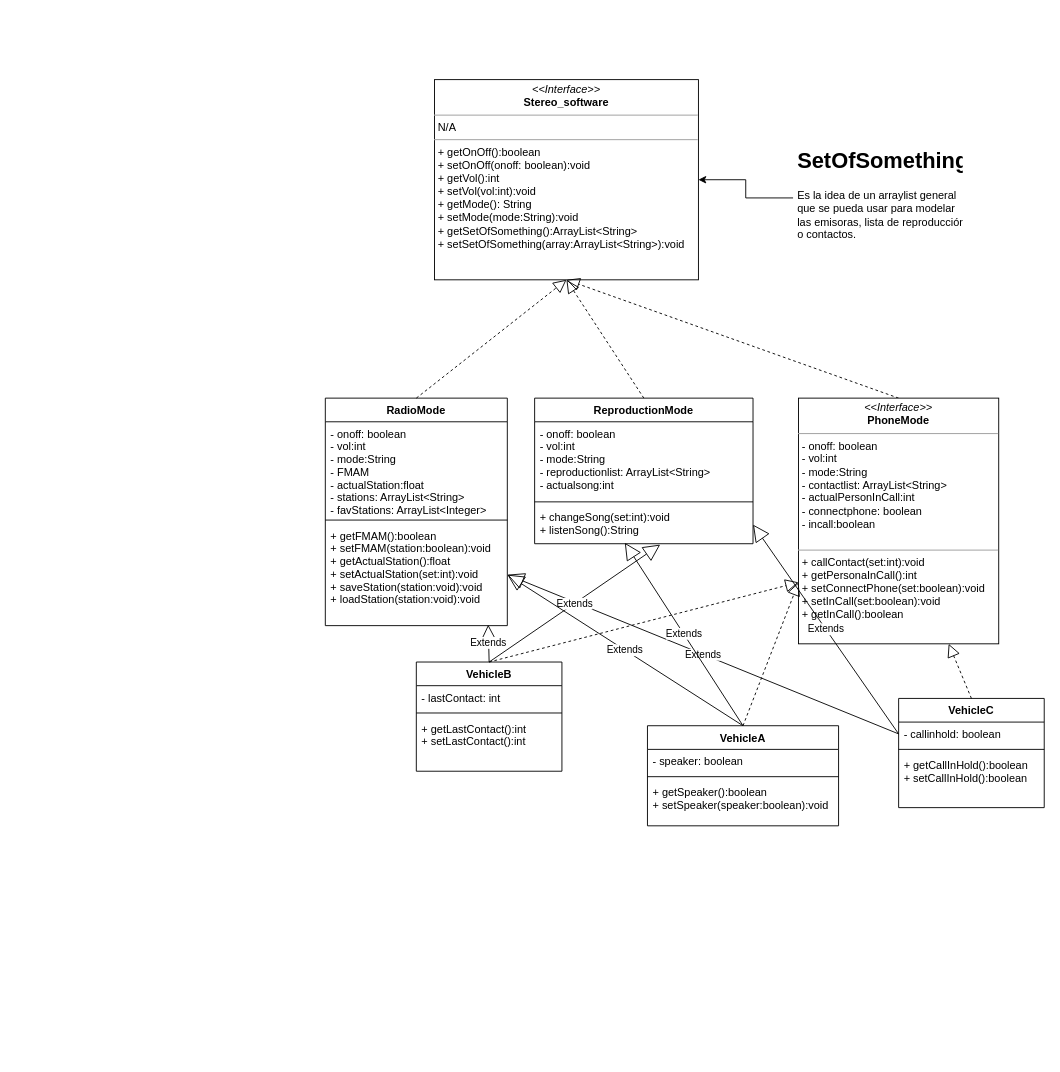
This is Others/Lab4UMLPOO.drawio from DiggsPapu/Lab4POO, a draw.io file, before an edit. Source tidied: cells renumbered, new cells numbered last; positions are measured from the earlier drawing's top-left corner, leaving out a move shared by most shapes. Both pictures are drawn from the tidied source at 91%, with x=0, y=0 at pixel (325, 79).
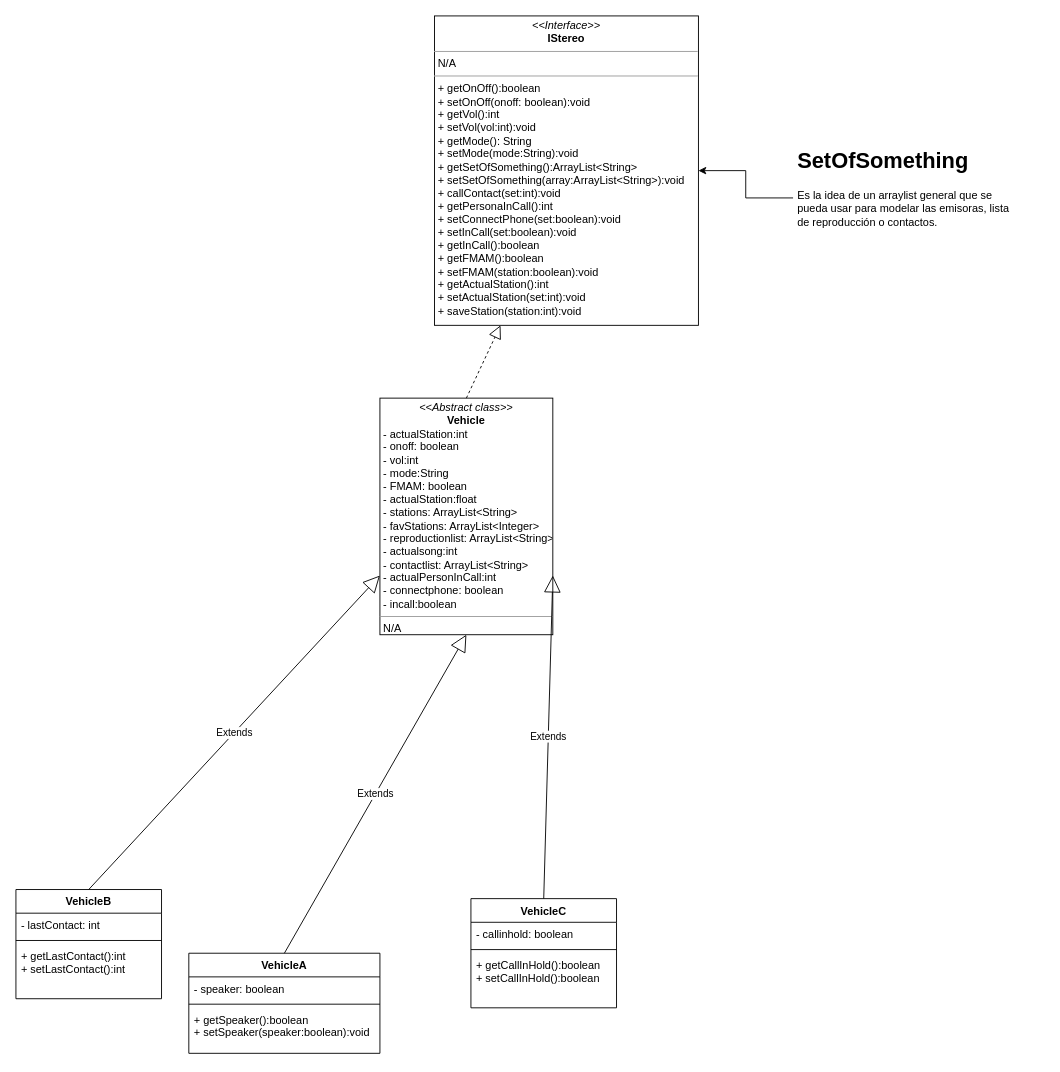
Above is the later version.

The change refers to these unchanged cells:
```xml
<mxCell id="26" value="- callinhold: boolean" style="text;strokeColor=none;fillColor=none;align=left;verticalAlign=top;spacingLeft=4;spacingRight=4;overflow=hidden;points=[[0,0.5],[1,0.5]];portConstraint=eastwest;" parent="25" vertex="1">
  <mxGeometry y="26" width="160" height="26" as="geometry" />
</mxCell>
```

What changed in the source:
```diff
@@
-    <mxCell id="2" value="&lt;p style=&quot;margin:0px;margin-top:4px;text-align:center;&quot;&gt;&lt;i&gt;&amp;lt;&amp;lt;Interface&amp;gt;&amp;gt;&lt;/i&gt;&lt;br&gt;&lt;b&gt;Stereo_software&lt;/b&gt;&lt;/p&gt;&lt;hr size=&quot;1&quot;&gt;&lt;p style=&quot;margin:0px;margin-left:4px;&quot;&gt;N/A&lt;/p&gt;&lt;hr size=&quot;1&quot;&gt;&lt;p style=&quot;margin:0px;margin-left:4px;&quot;&gt;+ getOnOff():boolean&lt;/p&gt;&lt;p style=&quot;margin:0px;margin-left:4px;&quot;&gt;+ setOnOff(onoff: boolean):void&lt;/p&gt;&lt;p style=&quot;margin:0px;margin-left:4px;&quot;&gt;+ getVol():int&lt;/p&gt;&lt;p style=&quot;margin:0px;margin-left:4px;&quot;&gt;+ setVol(vol:int):void&lt;/p&gt;&lt;p style=&quot;margin:0px;margin-left:4px;&quot;&gt;+ getMode(): String&lt;br style=&quot;padding: 0px; margin: 0px;&quot;&gt;+ setMode(mode:String):void&lt;br&gt;&lt;/p&gt;&lt;p style=&quot;margin:0px;margin-left:4px;&quot;&gt;+ getSetOfSomething():ArrayList&amp;lt;String&amp;gt;&lt;/p&gt;&lt;p style=&quot;margin:0px;margin-left:4px;&quot;&gt;+ setSetOfSomething(array:ArrayList&amp;lt;String&amp;gt;):void&lt;/p&gt;" style="verticalAlign=top;align=left;overflow=fill;fontSize=12;fontFamily=Helvetica;html=1;" parent="1" vertex="1">
-      <mxGeometry x="120" width="290" height="220" as="geometry" />
+    <mxCell id="2" value="&lt;p style=&quot;margin:0px;margin-top:4px;text-align:center;&quot;&gt;&lt;i&gt;&amp;lt;&amp;lt;Interface&amp;gt;&amp;gt;&lt;/i&gt;&lt;br&gt;&lt;b&gt;IStereo&lt;/b&gt;&lt;/p&gt;&lt;hr size=&quot;1&quot;&gt;&lt;p style=&quot;margin:0px;margin-left:4px;&quot;&gt;N/A&lt;/p&gt;&lt;hr size=&quot;1&quot;&gt;&lt;p style=&quot;margin:0px;margin-left:4px;&quot;&gt;+ getOnOff():boolean&lt;/p&gt;&lt;p style=&quot;margin:0px;margin-left:4px;&quot;&gt;+ setOnOff(onoff: boolean):void&lt;/p&gt;&lt;p style=&quot;margin:0px;margin-left:4px;&quot;&gt;+ getVol():int&lt;/p&gt;&lt;p style=&quot;margin:0px;margin-left:4px;&quot;&gt;+ setVol(vol:int):void&lt;/p&gt;&lt;p style=&quot;margin:0px;margin-left:4px;&quot;&gt;+ getMode(): String&lt;br style=&quot;padding: 0px; margin: 0px;&quot;&gt;+ setMode(mode:String):void&lt;br&gt;&lt;/p&gt;&lt;p style=&quot;margin:0px;margin-left:4px;&quot;&gt;+ getSetOfSomething():ArrayList&amp;lt;String&amp;gt;&lt;/p&gt;&lt;p style=&quot;margin:0px;margin-left:4px;&quot;&gt;+ setSetOfSomething(array:ArrayList&amp;lt;String&amp;gt;):void&lt;/p&gt;&lt;p style=&quot;margin:0px;margin-left:4px;&quot;&gt;+ callContact(set:int):void&lt;br style=&quot;padding: 0px; margin: 0px;&quot;&gt;+ getPersonaInCall():int&lt;br style=&quot;padding: 0px; margin: 0px;&quot;&gt;+ setConnectPhone(set:boolean):void&lt;br style=&quot;padding: 0px; margin: 0px;&quot;&gt;+ setInCall(set:boolean):void&lt;br style=&quot;padding: 0px; margin: 0px;&quot;&gt;+ getInCall():boolean&lt;br&gt;&lt;/p&gt;&lt;p style=&quot;margin:0px;margin-left:4px;&quot;&gt;+ getFMAM():boolean&lt;br style=&quot;padding: 0px; margin: 0px;&quot;&gt;+ setFMAM(station:boolean):void&lt;br style=&quot;padding: 0px; margin: 0px;&quot;&gt;+ getActualStation():int&lt;br style=&quot;padding: 0px; margin: 0px;&quot;&gt;+ setActualStation(set:int):void&lt;br style=&quot;padding: 0px; margin: 0px;&quot;&gt;+ saveStation(station:int):void&lt;br&gt;&lt;/p&gt;" style="verticalAlign=top;align=left;overflow=fill;fontSize=12;fontFamily=Helvetica;html=1;" parent="1" vertex="1">
+      <mxGeometry x="120" y="-70" width="290" height="340" as="geometry" />
     </mxCell>
-    <mxCell id="3" value="RadioMode" style="swimlane;fontStyle=1;align=center;verticalAlign=top;horizontal=1;startSize=26;" parent="1" vertex="1">
-      <mxGeometry y="350" width="200" height="250" as="geometry" />
-    </mxCell>
-    <mxCell id="4" value="- onoff: boolean&#10;- vol:int&#10;- mode:String&#10;- FMAM&#10;- actualStation:float&#10;- stations: ArrayList&lt;String&gt;&#10;- favStations: ArrayList&lt;Integer&gt;" style="text;strokeColor=none;fillColor=none;align=left;verticalAlign=top;spacingLeft=4;spacingRight=4;overflow=hidden;" parent="3" vertex="1">
-      <mxGeometry y="26" width="200" height="104" as="geometry" />
-    </mxCell>
-    <mxCell id="5" style="line;strokeWidth=1;fillColor=none;align=left;verticalAlign=middle;spacingTop=-1;spacingLeft=3;spacingRight=3;labelPosition=right;strokeColor=inherit;" parent="3" vertex="1">
-      <mxGeometry y="130" width="200" height="8" as="geometry" />
-    </mxCell>
-    <mxCell id="6" value="+ getFMAM():boolean&#10;+ setFMAM(station:boolean):void&#10;+ getActualStation():float&#10;+ setActualStation(set:int):void&#10;+ saveStation(station:void):void&#10;+ loadStation(station:void):void&#10;" style="text;strokeColor=none;fillColor=none;align=left;verticalAlign=top;spacingLeft=4;spacingRight=4;overflow=hidden;points=[[0,0.5],[1,0.5]];portConstraint=eastwest;" parent="3" vertex="1">
-      <mxGeometry y="138" width="200" height="112" as="geometry" />
-    </mxCell>
-    <mxCell id="7" value="ReproductionMode" style="swimlane;fontStyle=1;align=center;verticalAlign=top;horizontal=1;startSize=26;" parent="1" vertex="1">
-      <mxGeometry x="230" y="350" width="240" height="160" as="geometry" />
-    </mxCell>
-    <mxCell id="8" value="- onoff: boolean&#10;- vol:int&#10;- mode:String&#10;- reproductionlist: ArrayList&lt;String&gt;&#10;- actualsong:int" style="text;strokeColor=none;fillColor=none;align=left;verticalAlign=top;spacingLeft=4;spacingRight=4;overflow=hidden;" parent="7" vertex="1">
-      <mxGeometry y="26" width="240" height="84" as="geometry" />
-    </mxCell>
-    <mxCell id="9" style="line;strokeWidth=1;fillColor=none;align=left;verticalAlign=middle;spacingTop=-1;spacingLeft=3;spacingRight=3;labelPosition=right;strokeColor=inherit;" parent="7" vertex="1">
-      <mxGeometry y="110" width="240" height="8" as="geometry" />
-    </mxCell>
-    <mxCell id="10" value="+ changeSong(set:int):void&#10;+ listenSong():String" style="text;strokeColor=none;fillColor=none;align=left;verticalAlign=top;spacingLeft=4;spacingRight=4;overflow=hidden;points=[[0,0.5],[1,0.5]];portConstraint=eastwest;" parent="7" vertex="1">
-      <mxGeometry y="118" width="240" height="42" as="geometry" />
-    </mxCell>
@@
     <mxCell id="12" value="&lt;h1&gt;SetOfSomething&lt;/h1&gt;&lt;p&gt;Es la idea de un arraylist general que se pueda usar para modelar las emisoras, lista de reproducción o contactos.&lt;/p&gt;" style="text;html=1;strokeColor=none;fillColor=none;spacing=5;spacingTop=-20;whiteSpace=wrap;overflow=hidden;rounded=0;" parent="1" vertex="1">
-      <mxGeometry x="514" y="70" width="190" height="120" as="geometry" />
+      <mxGeometry x="514" y="70" width="246" height="120" as="geometry" />
     </mxCell>
-    <mxCell id="13" style="endArrow=block;dashed=1;endFill=0;endSize=12;html=1;rounded=0;entryX=0.5;entryY=1;entryDx=0;entryDy=0;exitX=0.5;exitY=0;exitDx=0;exitDy=0;" parent="1" edge="1" source="3" target="2">
-      <mxGeometry relative="1" as="geometry" />
-    </mxCell>
-    <mxCell id="14" style="endArrow=block;dashed=1;endFill=0;endSize=12;html=1;rounded=0;entryX=0.5;entryY=1;entryDx=0;entryDy=0;exitX=0.5;exitY=0;exitDx=0;exitDy=0;" parent="1" edge="1" source="7" target="2">
-      <mxGeometry relative="1" as="geometry" />
-    </mxCell>
-    <mxCell id="15" style="endArrow=block;dashed=1;endFill=0;endSize=12;html=1;rounded=0;entryX=0.5;entryY=1;entryDx=0;entryDy=0;exitX=0.5;exitY=0;exitDx=0;exitDy=0;" parent="1" edge="1" source="16" target="2">
-      <mxGeometry relative="1" as="geometry" />
-    </mxCell>
-    <mxCell id="16" value="&lt;p style=&quot;margin:0px;margin-top:4px;text-align:center;&quot;&gt;&lt;i&gt;&amp;lt;&amp;lt;Interface&amp;gt;&amp;gt;&lt;/i&gt;&lt;br&gt;&lt;b&gt;PhoneMode&lt;/b&gt;&lt;/p&gt;&lt;hr size=&quot;1&quot;&gt;&lt;p style=&quot;margin:0px;margin-left:4px;&quot;&gt;- onoff: boolean&lt;br style=&quot;padding: 0px; margin: 0px;&quot;&gt;- vol:int&lt;br style=&quot;padding: 0px; margin: 0px;&quot;&gt;- mode:String&lt;br style=&quot;padding: 0px; margin: 0px;&quot;&gt;- contactlist: ArrayList&amp;lt;String&amp;gt;&lt;br style=&quot;padding: 0px; margin: 0px;&quot;&gt;- actualPersonInCall:int&lt;br style=&quot;padding: 0px; margin: 0px;&quot;&gt;- connectphone: boolean&lt;br style=&quot;padding: 0px; margin: 0px;&quot;&gt;- incall:boolean&lt;/p&gt;&lt;div style=&quot;padding: 0px; margin: 0px;&quot;&gt;&lt;br style=&quot;padding: 0px; margin: 0px;&quot;&gt;&lt;/div&gt;&lt;hr size=&quot;1&quot;&gt;&lt;p style=&quot;margin:0px;margin-left:4px;&quot;&gt;+ callContact(set:int):void&lt;br style=&quot;padding: 0px; margin: 0px;&quot;&gt;+ getPersonaInCall():int&lt;br style=&quot;padding: 0px; margin: 0px;&quot;&gt;+ setConnectPhone(set:boolean):void&lt;br style=&quot;padding: 0px; margin: 0px;&quot;&gt;+ setInCall(set:boolean):void&lt;br style=&quot;padding: 0px; margin: 0px;&quot;&gt;+ getInCall():boolean&lt;br&gt;&lt;/p&gt;" style="verticalAlign=top;align=left;overflow=fill;fontSize=12;fontFamily=Helvetica;html=1;" parent="1" vertex="1">
-      <mxGeometry x="520" y="350" width="220" height="270" as="geometry" />
-    </mxCell>
     <mxCell id="17" value="VehicleA" style="swimlane;fontStyle=1;align=center;verticalAlign=top;horizontal=1;startSize=26;" parent="1" vertex="1">
-      <mxGeometry x="354" y="710" width="210" height="110" as="geometry" />
+      <mxGeometry x="-150" y="960" width="210" height="110" as="geometry" />
     </mxCell>
@@
     <mxCell id="21" value="VehicleB" style="swimlane;fontStyle=1;align=center;verticalAlign=top;horizontal=1;startSize=26;" parent="1" vertex="1">
-      <mxGeometry x="100" y="640" width="160" height="120" as="geometry" />
+      <mxGeometry x="-340" y="890" width="160" height="120" as="geometry" />
     </mxCell>
@@
     <mxCell id="25" value="VehicleC" style="swimlane;fontStyle=1;align=center;verticalAlign=top;horizontal=1;startSize=26;" parent="1" vertex="1">
-      <mxGeometry x="630" y="680" width="160" height="120" as="geometry" />
+      <mxGeometry x="160" y="900" width="160" height="120" as="geometry" />
     </mxCell>
@@
-    <mxCell id="29" style="endArrow=block;dashed=1;endFill=0;endSize=12;html=1;rounded=0;entryX=0.75;entryY=1;entryDx=0;entryDy=0;exitX=0.5;exitY=0;exitDx=0;exitDy=0;" parent="1" edge="1" source="25" target="16">
-      <mxGeometry relative="1" as="geometry" />
-    </mxCell>
-    <mxCell id="30" value="Extends" style="endArrow=block;endSize=16;endFill=0;html=1;rounded=0;entryX=1;entryY=0.5;entryDx=0;entryDy=0;exitX=0;exitY=0.5;exitDx=0;exitDy=0;" parent="1" edge="1" source="26" target="10">
-      <mxGeometry relative="1" as="geometry" />
-    </mxCell>
-    <mxCell id="31" value="Extends" style="endArrow=block;endSize=16;endFill=0;html=1;rounded=0;entryX=1;entryY=0.5;entryDx=0;entryDy=0;exitX=0;exitY=0.5;exitDx=0;exitDy=0;" parent="1" edge="1" source="26" target="6">
-      <mxGeometry relative="1" as="geometry" />
-    </mxCell>
-    <mxCell id="32" value="Extends" style="endArrow=block;endSize=16;endFill=0;html=1;rounded=0;entryX=0.575;entryY=1.024;entryDx=0;entryDy=0;exitX=0.5;exitY=0;exitDx=0;exitDy=0;entryPerimeter=0;" parent="1" edge="1" source="21" target="10">
-      <mxGeometry relative="1" as="geometry" />
-    </mxCell>
-    <mxCell id="33" value="Extends" style="endArrow=block;endSize=16;endFill=0;html=1;rounded=0;entryX=0.895;entryY=0.991;entryDx=0;entryDy=0;entryPerimeter=0;" parent="1" edge="1" target="6">
-      <mxGeometry relative="1" as="geometry">
-        <mxPoint x="180" y="640" as="sourcePoint" />
-      </mxGeometry>
-    </mxCell>
-    <mxCell id="34" style="endArrow=block;dashed=1;endFill=0;endSize=12;html=1;rounded=0;entryX=0;entryY=0.75;entryDx=0;entryDy=0;exitX=0.5;exitY=0;exitDx=0;exitDy=0;" parent="1" edge="1" source="21" target="16">
-      <mxGeometry relative="1" as="geometry" />
-    </mxCell>
-    <mxCell id="35" value="Extends" style="endArrow=block;endSize=16;endFill=0;html=1;rounded=0;entryX=0.413;entryY=0.976;entryDx=0;entryDy=0;exitX=0.5;exitY=0;exitDx=0;exitDy=0;entryPerimeter=0;" parent="1" edge="1" source="17" target="10">
-      <mxGeometry relative="1" as="geometry" />
-    </mxCell>
-    <mxCell id="36" value="Extends" style="endArrow=block;endSize=16;endFill=0;html=1;rounded=0;entryX=1;entryY=0.5;entryDx=0;entryDy=0;exitX=0.5;exitY=0;exitDx=0;exitDy=0;" parent="1" edge="1" source="17" target="6">
-      <mxGeometry relative="1" as="geometry" />
-    </mxCell>
-    <mxCell id="37" style="endArrow=block;dashed=1;endFill=0;endSize=12;html=1;rounded=0;entryX=0;entryY=0.75;entryDx=0;entryDy=0;exitX=0.5;exitY=0;exitDx=0;exitDy=0;" parent="1" edge="1" source="17" target="16">
-      <mxGeometry relative="1" as="geometry" />
-    </mxCell>
+    <mxCell id="38" value="&lt;p style=&quot;margin:0px;margin-top:4px;text-align:center;&quot;&gt;&lt;i&gt;&amp;lt;&amp;lt;Abstract class&amp;gt;&amp;gt;&lt;/i&gt;&lt;br&gt;&lt;b&gt;Vehicle&lt;/b&gt;&lt;/p&gt;&lt;p style=&quot;margin:0px;margin-left:4px;&quot;&gt;- actualStation:int&lt;/p&gt;&lt;p style=&quot;margin:0px;margin-left:4px;&quot;&gt;- onoff: boolean&lt;br style=&quot;padding: 0px; margin: 0px;&quot;&gt;- vol:int&lt;br style=&quot;padding: 0px; margin: 0px;&quot;&gt;- mode:String&lt;br&gt;&lt;/p&gt;&lt;p style=&quot;margin:0px;margin-left:4px;&quot;&gt;- FMAM: boolean&lt;br style=&quot;padding: 0px; margin: 0px;&quot;&gt;- actualStation:float&lt;br style=&quot;padding: 0px; margin: 0px;&quot;&gt;- stations: ArrayList&amp;lt;String&amp;gt;&lt;br style=&quot;padding: 0px; margin: 0px;&quot;&gt;- favStations: ArrayList&amp;lt;Integer&amp;gt;&lt;/p&gt;&lt;p style=&quot;margin:0px;margin-left:4px;&quot;&gt;- reproductionlist: ArrayList&amp;lt;String&amp;gt;&lt;br style=&quot;padding: 0px; margin: 0px;&quot;&gt;- actualsong:int&lt;/p&gt;&lt;p style=&quot;margin:0px;margin-left:4px;&quot;&gt;- contactlist: ArrayList&amp;lt;String&amp;gt;&lt;br style=&quot;padding: 0px; margin: 0px;&quot;&gt;- actualPersonInCall:int&lt;br style=&quot;padding: 0px; margin: 0px;&quot;&gt;- connectphone: boolean&lt;br style=&quot;padding: 0px; margin: 0px;&quot;&gt;- incall:boolean&lt;br&gt;&lt;/p&gt;&lt;hr size=&quot;1&quot;&gt;&lt;p style=&quot;margin:0px;margin-left:4px;&quot;&gt;N/A&lt;/p&gt;" style="verticalAlign=top;align=left;overflow=fill;fontSize=12;fontFamily=Helvetica;html=1;" parent="1" vertex="1">
+      <mxGeometry x="60" y="350" width="190" height="260" as="geometry" />
+    </mxCell>
+    <mxCell id="39" style="endArrow=block;dashed=1;endFill=0;endSize=12;html=1;rounded=0;entryX=0.25;entryY=1;entryDx=0;entryDy=0;exitX=0.5;exitY=0;exitDx=0;exitDy=0;" parent="1" edge="1" source="38" target="2">
+      <mxGeometry relative="1" as="geometry" />
+    </mxCell>
+    <mxCell id="40" value="Extends" style="endArrow=block;endSize=16;endFill=0;html=1;rounded=0;entryX=0;entryY=0.75;entryDx=0;entryDy=0;exitX=0.5;exitY=0;exitDx=0;exitDy=0;" parent="1" edge="1" source="21" target="38">
+      <mxGeometry relative="1" as="geometry" />
+    </mxCell>
+    <mxCell id="41" value="Extends" style="endArrow=block;endSize=16;endFill=0;html=1;rounded=0;entryX=0.5;entryY=1;entryDx=0;entryDy=0;exitX=0.5;exitY=0;exitDx=0;exitDy=0;" parent="1" edge="1" source="17" target="38">
+      <mxGeometry relative="1" as="geometry" />
+    </mxCell>
+    <mxCell id="42" value="Extends" style="endArrow=block;endSize=16;endFill=0;html=1;rounded=0;entryX=1;entryY=0.75;entryDx=0;entryDy=0;exitX=0.5;exitY=0;exitDx=0;exitDy=0;" parent="1" edge="1" source="25" target="38">
+      <mxGeometry relative="1" as="geometry" />
+    </mxCell>
```
